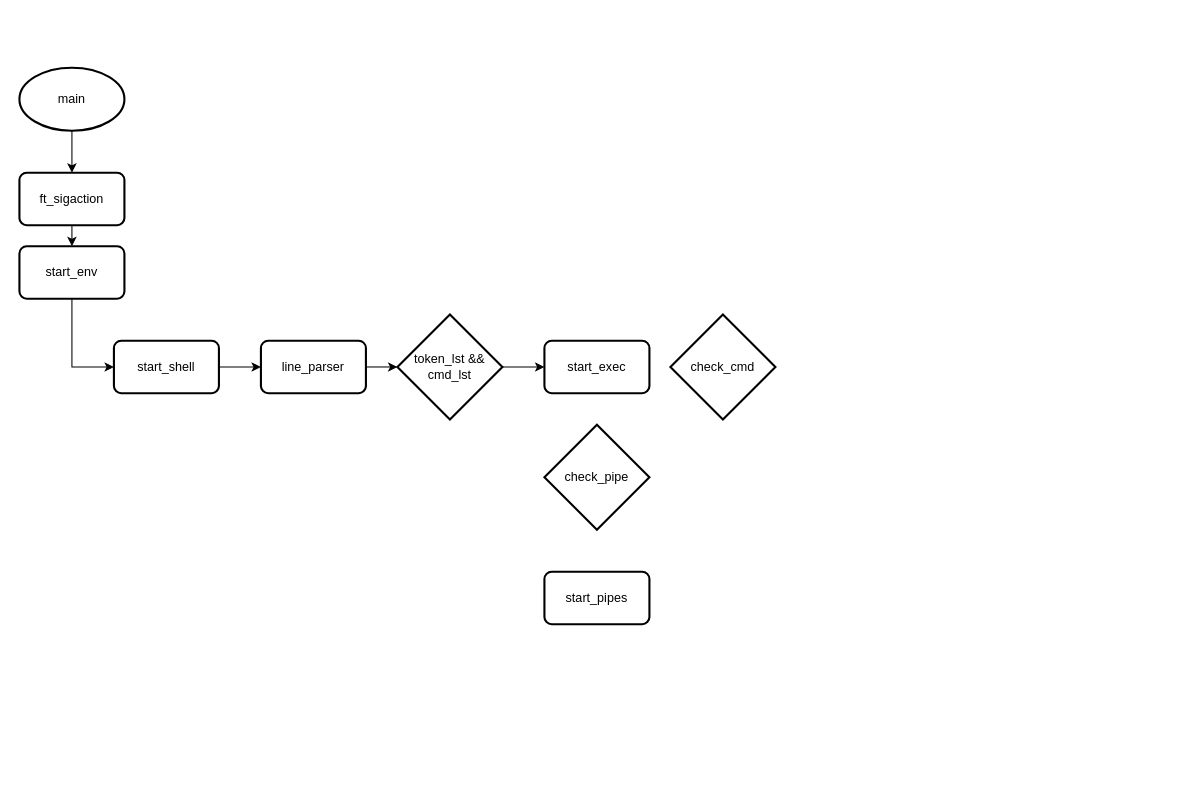
Earlier version of the draw.io diagram diagrams/Diagrama sin título.drawio (LeonMoreno/LeonMoreno). Source tidied: cells renumbered, new cells numbered last; positions are measured from the earlier drawing's top-left corner, leaving out a move shared by most shapes. Both pictures are drawn from the tidied source at 105%, with x=0, y=0 at pixel (19, 67).
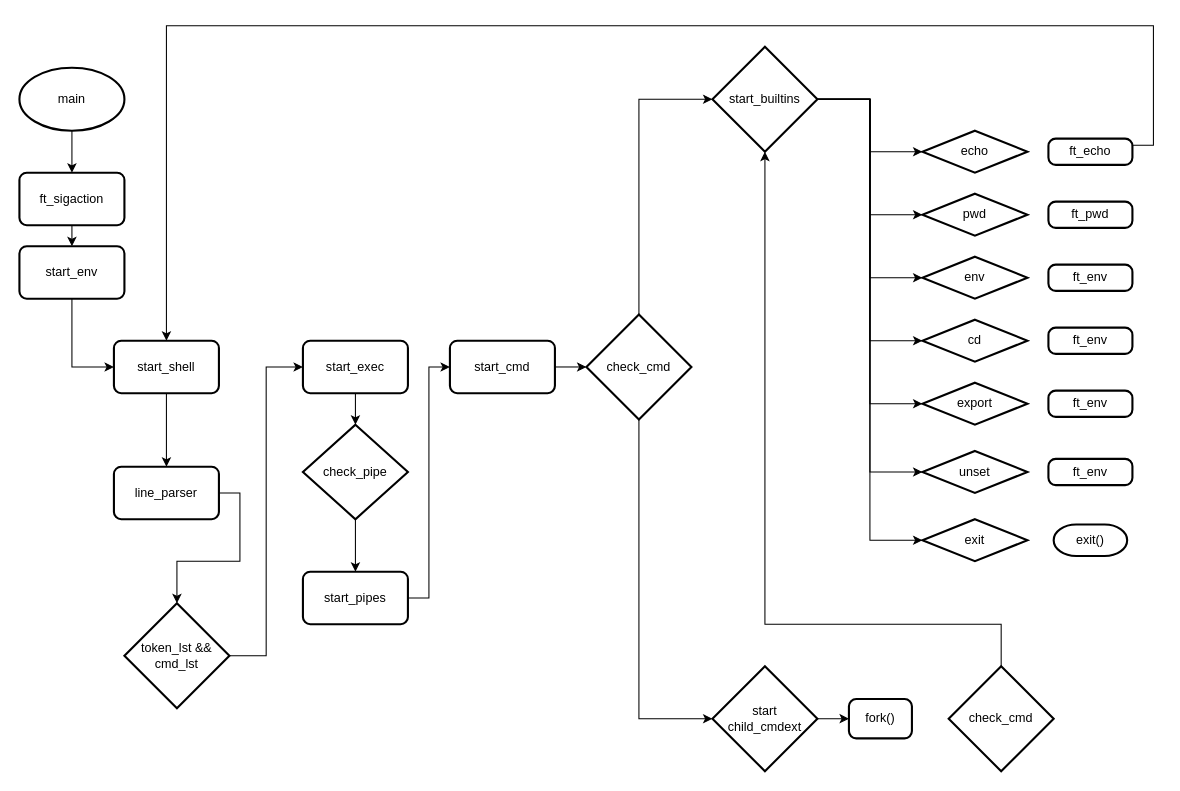
After the change.

The change refers to these unchanged cells:
```xml
<mxCell id="9" value="start_shell" style="rounded=1;whiteSpace=wrap;html=1;absoluteArcSize=1;arcSize=14;strokeWidth=2;" parent="1" vertex="1">
  <mxGeometry x="90" y="260" width="100" height="50" as="geometry" />
</mxCell>
```

What changed in the source:
```diff
@@
-    <mxCell id="4" style="edgeStyle=orthogonalEdgeStyle;rounded=0;jettySize=auto;html=1;exitX=1;exitY=0.5;exitDx=0;exitDy=0;entryX=0;entryY=0.5;entryDx=0;entryDy=0;entryPerimeter=0;" parent="1" edge="1" source="5" target="14">
+    <mxCell id="4" style="edgeStyle=orthogonalEdgeStyle;rounded=0;jettySize=auto;html=1;exitX=1;exitY=0.5;exitDx=0;exitDy=0;entryX=0.5;entryY=0;entryDx=0;entryDy=0;entryPerimeter=0;" parent="1" edge="1" source="5" target="14">
       <mxGeometry relative="1" as="geometry" />
     </mxCell>
     <mxCell id="5" value="line_parser" style="rounded=1;whiteSpace=wrap;html=1;absoluteArcSize=1;arcSize=14;strokeWidth=2;" parent="1" vertex="1">
-      <mxGeometry x="230" y="260" width="100" height="50" as="geometry" />
+      <mxGeometry x="90" y="380" width="100" height="50" as="geometry" />
     </mxCell>
@@
-    <mxCell id="8" style="edgeStyle=orthogonalEdgeStyle;rounded=0;jettySize=auto;html=1;exitX=1;exitY=0.5;exitDx=0;exitDy=0;entryX=0;entryY=0.5;entryDx=0;entryDy=0;" parent="1" edge="1" source="9" target="5">
+    <mxCell id="8" style="edgeStyle=orthogonalEdgeStyle;rounded=0;jettySize=auto;html=1;exitX=0.5;exitY=1;exitDx=0;exitDy=0;entryX=0.5;entryY=0;entryDx=0;entryDy=0;" parent="1" edge="1" source="9" target="5">
       <mxGeometry relative="1" as="geometry" />
     </mxCell>
@@
+    <mxCell id="18" style="edgeStyle=orthogonalEdgeStyle;rounded=0;jettySize=auto;html=1;exitX=0.5;exitY=1;exitDx=0;exitDy=0;entryX=0.5;entryY=0;entryDx=0;entryDy=0;entryPerimeter=0;" parent="1" edge="1" source="12" target="16">
+      <mxGeometry relative="1" as="geometry" />
+    </mxCell>
     <mxCell id="12" value="start_exec" style="rounded=1;whiteSpace=wrap;html=1;absoluteArcSize=1;arcSize=14;strokeWidth=2;" parent="1" vertex="1">
-      <mxGeometry x="500" y="260" width="100" height="50" as="geometry" />
+      <mxGeometry x="270" y="260" width="100" height="50" as="geometry" />
     </mxCell>
@@
     <mxCell id="14" value="token_lst &amp;amp;&amp;amp; cmd_lst" style="strokeWidth=2;html=1;shape=mxgraph.flowchart.decision;whiteSpace=wrap;" parent="1" vertex="1">
-      <mxGeometry x="360" y="235" width="100" height="100" as="geometry" />
+      <mxGeometry x="100" y="510" width="100" height="100" as="geometry" />
     </mxCell>
+    <mxCell id="19" style="edgeStyle=orthogonalEdgeStyle;rounded=0;jettySize=auto;html=1;exitX=0.5;exitY=0;exitDx=0;exitDy=0;exitPerimeter=0;entryX=0;entryY=0.5;entryDx=0;entryDy=0;entryPerimeter=0;" parent="1" edge="1" source="15" target="32">
+      <mxGeometry relative="1" as="geometry" />
+    </mxCell>
+    <mxCell id="20" style="edgeStyle=orthogonalEdgeStyle;rounded=0;jettySize=auto;html=1;exitX=0.5;exitY=1;exitDx=0;exitDy=0;exitPerimeter=0;entryX=0;entryY=0.5;entryDx=0;entryDy=0;entryPerimeter=0;" parent="1" edge="1" source="15" target="34">
+      <mxGeometry relative="1" as="geometry" />
+    </mxCell>
     <mxCell id="15" value="check_cmd" style="strokeWidth=2;html=1;shape=mxgraph.flowchart.decision;whiteSpace=wrap;" parent="1" vertex="1">
-      <mxGeometry x="620" y="235" width="100" height="100" as="geometry" />
+      <mxGeometry x="540" y="235" width="100" height="100" as="geometry" />
     </mxCell>
+    <mxCell id="21" style="edgeStyle=orthogonalEdgeStyle;rounded=0;jettySize=auto;html=1;exitX=0.5;exitY=1;exitDx=0;exitDy=0;exitPerimeter=0;entryX=0.5;entryY=0;entryDx=0;entryDy=0;" parent="1" edge="1" source="16" target="17">
+      <mxGeometry relative="1" as="geometry" />
+    </mxCell>
     <mxCell id="16" value="check_pipe" style="strokeWidth=2;html=1;shape=mxgraph.flowchart.decision;whiteSpace=wrap;" parent="1" vertex="1">
-      <mxGeometry x="500" y="340" width="100" height="100" as="geometry" />
+      <mxGeometry x="270" y="340" width="100" height="90" as="geometry" />
     </mxCell>
+    <mxCell id="22" style="edgeStyle=orthogonalEdgeStyle;rounded=0;jettySize=auto;html=1;exitX=1;exitY=0.5;exitDx=0;exitDy=0;entryX=0;entryY=0.5;entryDx=0;entryDy=0;" parent="1" edge="1" source="17" target="24">
+      <mxGeometry relative="1" as="geometry" />
+    </mxCell>
     <mxCell id="17" value="start_pipes" style="rounded=1;whiteSpace=wrap;html=1;absoluteArcSize=1;arcSize=14;strokeWidth=2;" parent="1" vertex="1">
-      <mxGeometry x="500" y="480" width="100" height="50" as="geometry" />
+      <mxGeometry x="270" y="480" width="100" height="50" as="geometry" />
     </mxCell>
+    <mxCell id="23" style="edgeStyle=orthogonalEdgeStyle;rounded=0;jettySize=auto;html=1;exitX=1;exitY=0.5;exitDx=0;exitDy=0;entryX=0;entryY=0.5;entryDx=0;entryDy=0;entryPerimeter=0;" parent="1" edge="1" source="24" target="15">
+      <mxGeometry relative="1" as="geometry" />
+    </mxCell>
+    <mxCell id="24" value="start_cmd" style="rounded=1;whiteSpace=wrap;html=1;absoluteArcSize=1;arcSize=14;strokeWidth=2;" parent="1" vertex="1">
+      <mxGeometry x="410" y="260" width="100" height="50" as="geometry" />
+    </mxCell>
+    <mxCell id="25" style="edgeStyle=orthogonalEdgeStyle;rounded=0;jettySize=auto;html=1;exitX=1;exitY=0.5;exitDx=0;exitDy=0;exitPerimeter=0;entryX=0;entryY=0.5;entryDx=0;entryDy=0;entryPerimeter=0;" parent="1" edge="1" source="32" target="35">
+      <mxGeometry relative="1" as="geometry" />
+    </mxCell>
+    <mxCell id="26" style="edgeStyle=orthogonalEdgeStyle;rounded=0;jettySize=auto;html=1;exitX=1;exitY=0.5;exitDx=0;exitDy=0;exitPerimeter=0;entryX=0;entryY=0.5;entryDx=0;entryDy=0;entryPerimeter=0;" parent="1" edge="1" source="32" target="37">
+      <mxGeometry relative="1" as="geometry" />
+    </mxCell>
+    <mxCell id="27" style="edgeStyle=orthogonalEdgeStyle;rounded=0;jettySize=auto;html=1;exitX=1;exitY=0.5;exitDx=0;exitDy=0;exitPerimeter=0;entryX=0;entryY=0.5;entryDx=0;entryDy=0;entryPerimeter=0;" parent="1" edge="1" source="32" target="38">
+      <mxGeometry relative="1" as="geometry" />
+    </mxCell>
+    <mxCell id="28" style="edgeStyle=orthogonalEdgeStyle;rounded=0;jettySize=auto;html=1;exitX=1;exitY=0.5;exitDx=0;exitDy=0;exitPerimeter=0;entryX=0;entryY=0.5;entryDx=0;entryDy=0;entryPerimeter=0;" parent="1" edge="1" source="32" target="43">
+      <mxGeometry relative="1" as="geometry" />
+    </mxCell>
+    <mxCell id="29" style="edgeStyle=orthogonalEdgeStyle;rounded=0;jettySize=auto;html=1;exitX=1;exitY=0.5;exitDx=0;exitDy=0;exitPerimeter=0;entryX=0;entryY=0.5;entryDx=0;entryDy=0;entryPerimeter=0;" parent="1" edge="1" source="32" target="44">
+      <mxGeometry relative="1" as="geometry" />
+    </mxCell>
+    <mxCell id="30" style="edgeStyle=orthogonalEdgeStyle;rounded=0;jettySize=auto;html=1;exitX=1;exitY=0.5;exitDx=0;exitDy=0;exitPerimeter=0;entryX=0;entryY=0.5;entryDx=0;entryDy=0;entryPerimeter=0;" parent="1" edge="1" source="32" target="45">
+      <mxGeometry relative="1" as="geometry" />
+    </mxCell>
+    <mxCell id="31" style="edgeStyle=orthogonalEdgeStyle;rounded=0;jettySize=auto;html=1;exitX=1;exitY=0.5;exitDx=0;exitDy=0;exitPerimeter=0;entryX=0;entryY=0.5;entryDx=0;entryDy=0;entryPerimeter=0;" parent="1" edge="1" source="32" target="46">
+      <mxGeometry relative="1" as="geometry" />
+    </mxCell>
+    <mxCell id="32" value="start_builtins" style="strokeWidth=2;html=1;shape=mxgraph.flowchart.decision;whiteSpace=wrap;" parent="1" vertex="1">
+      <mxGeometry x="660" y="-20" width="100" height="100" as="geometry" />
+    </mxCell>
+    <mxCell id="33" style="edgeStyle=orthogonalEdgeStyle;rounded=0;jettySize=auto;html=1;exitX=1;exitY=0.5;exitDx=0;exitDy=0;exitPerimeter=0;entryX=0;entryY=0.5;entryDx=0;entryDy=0;" parent="1" edge="1" source="34" target="36">
+      <mxGeometry relative="1" as="geometry" />
+    </mxCell>
+    <mxCell id="34" value="start&lt;br&gt;child_cmdext" style="strokeWidth=2;html=1;shape=mxgraph.flowchart.decision;whiteSpace=wrap;" parent="1" vertex="1">
+      <mxGeometry x="660" y="570" width="100" height="100" as="geometry" />
+    </mxCell>
+    <mxCell id="35" value="echo" style="strokeWidth=2;html=1;shape=mxgraph.flowchart.decision;whiteSpace=wrap;" parent="1" vertex="1">
+      <mxGeometry x="860" y="60" width="100" height="40" as="geometry" />
+    </mxCell>
+    <mxCell id="36" value="fork()" style="rounded=1;whiteSpace=wrap;html=1;absoluteArcSize=1;arcSize=14;strokeWidth=2;" parent="1" vertex="1">
+      <mxGeometry x="790" y="601.2" width="60" height="37.5" as="geometry" />
+    </mxCell>
+    <mxCell id="37" value="pwd" style="strokeWidth=2;html=1;shape=mxgraph.flowchart.decision;whiteSpace=wrap;" parent="1" vertex="1">
+      <mxGeometry x="860" y="120" width="100" height="40" as="geometry" />
+    </mxCell>
+    <mxCell id="38" value="env" style="strokeWidth=2;html=1;shape=mxgraph.flowchart.decision;whiteSpace=wrap;" parent="1" vertex="1">
+      <mxGeometry x="860" y="180" width="100" height="40" as="geometry" />
+    </mxCell>
+    <mxCell id="39" style="edgeStyle=orthogonalEdgeStyle;rounded=0;jettySize=auto;html=1;exitX=1;exitY=0.25;exitDx=0;exitDy=0;entryX=0.5;entryY=0;entryDx=0;entryDy=0;" parent="1" edge="1" source="40" target="9">
+      <mxGeometry relative="1" as="geometry">
+        <Array as="points">
+          <mxPoint x="1080" y="74" />
+          <mxPoint x="1080" y="-40" />
+          <mxPoint x="140" y="-40" />
+        </Array>
+      </mxGeometry>
+    </mxCell>
+    <mxCell id="40" value="ft_echo" style="rounded=1;whiteSpace=wrap;html=1;absoluteArcSize=1;arcSize=14;strokeWidth=2;" parent="1" vertex="1">
+      <mxGeometry x="980" y="67.5" width="80" height="25" as="geometry" />
+    </mxCell>
+    <mxCell id="41" value="ft_pwd" style="rounded=1;whiteSpace=wrap;html=1;absoluteArcSize=1;arcSize=14;strokeWidth=2;" parent="1" vertex="1">
+      <mxGeometry x="980" y="127.5" width="80" height="25" as="geometry" />
+    </mxCell>
+    <mxCell id="42" value="ft_env" style="rounded=1;whiteSpace=wrap;html=1;absoluteArcSize=1;arcSize=14;strokeWidth=2;" parent="1" vertex="1">
+      <mxGeometry x="980" y="187.5" width="80" height="25" as="geometry" />
+    </mxCell>
+    <mxCell id="43" value="cd" style="strokeWidth=2;html=1;shape=mxgraph.flowchart.decision;whiteSpace=wrap;" parent="1" vertex="1">
+      <mxGeometry x="860" y="240" width="100" height="40" as="geometry" />
+    </mxCell>
+    <mxCell id="44" value="export" style="strokeWidth=2;html=1;shape=mxgraph.flowchart.decision;whiteSpace=wrap;" parent="1" vertex="1">
+      <mxGeometry x="860" y="300" width="100" height="40" as="geometry" />
+    </mxCell>
+    <mxCell id="45" value="unset" style="strokeWidth=2;html=1;shape=mxgraph.flowchart.decision;whiteSpace=wrap;" parent="1" vertex="1">
+      <mxGeometry x="860" y="365" width="100" height="40" as="geometry" />
+    </mxCell>
+    <mxCell id="46" value="exit" style="strokeWidth=2;html=1;shape=mxgraph.flowchart.decision;whiteSpace=wrap;" parent="1" vertex="1">
+      <mxGeometry x="860" y="430" width="100" height="40" as="geometry" />
+    </mxCell>
+    <mxCell id="47" value="ft_env" style="rounded=1;whiteSpace=wrap;html=1;absoluteArcSize=1;arcSize=14;strokeWidth=2;" parent="1" vertex="1">
+      <mxGeometry x="980" y="247.5" width="80" height="25" as="geometry" />
+    </mxCell>
+    <mxCell id="48" value="ft_env" style="rounded=1;whiteSpace=wrap;html=1;absoluteArcSize=1;arcSize=14;strokeWidth=2;" parent="1" vertex="1">
+      <mxGeometry x="980" y="307.5" width="80" height="25" as="geometry" />
+    </mxCell>
+    <mxCell id="49" value="ft_env" style="rounded=1;whiteSpace=wrap;html=1;absoluteArcSize=1;arcSize=14;strokeWidth=2;" parent="1" vertex="1">
+      <mxGeometry x="980" y="372.5" width="80" height="25" as="geometry" />
+    </mxCell>
+    <mxCell id="50" value="exit()" style="strokeWidth=2;html=1;shape=mxgraph.flowchart.terminator;whiteSpace=wrap;" parent="1" vertex="1">
+      <mxGeometry x="985" y="435" width="70" height="30" as="geometry" />
+    </mxCell>
+    <mxCell id="51" style="edgeStyle=orthogonalEdgeStyle;rounded=0;jettySize=auto;html=1;exitX=0.5;exitY=0;exitDx=0;exitDy=0;exitPerimeter=0;entryX=0.5;entryY=1;entryDx=0;entryDy=0;entryPerimeter=0;" parent="1" edge="1" source="52" target="32">
+      <mxGeometry relative="1" as="geometry">
+        <Array as="points">
+          <mxPoint x="935" y="530" />
+          <mxPoint x="710" y="530" />
+        </Array>
+      </mxGeometry>
+    </mxCell>
+    <mxCell id="52" value="check_cmd" style="strokeWidth=2;html=1;shape=mxgraph.flowchart.decision;whiteSpace=wrap;" parent="1" vertex="1">
+      <mxGeometry x="885" y="570" width="100" height="100" as="geometry" />
+    </mxCell>
```
